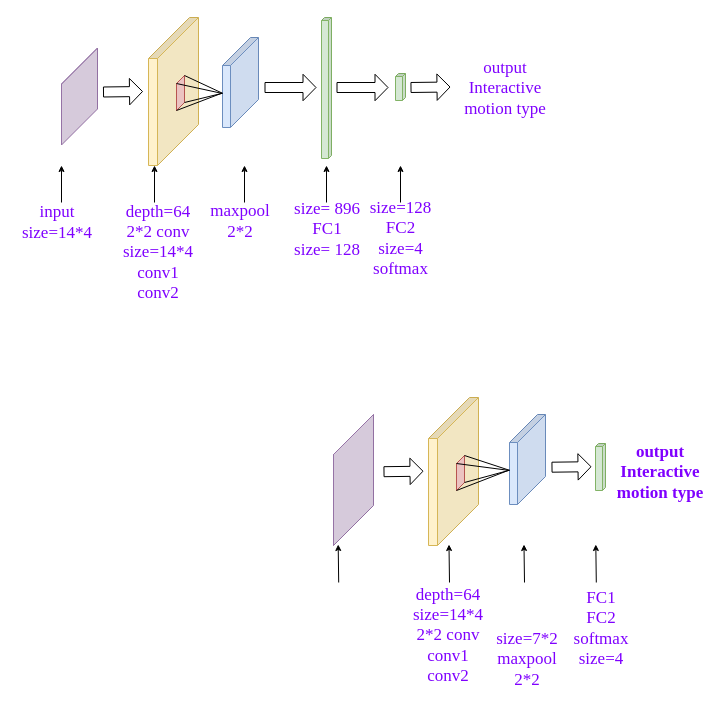
Above: Interactive.drawio in ByronGe/ff (draw.io), before the change. Source tidied: cells renumbered, new cells numbered last; positions are measured from the earlier drawing's top-left corner, leaving out a move shared by most shapes. Both pictures are drawn from the tidied source at 100%, with x=0, y=0 at pixel (17, 17).
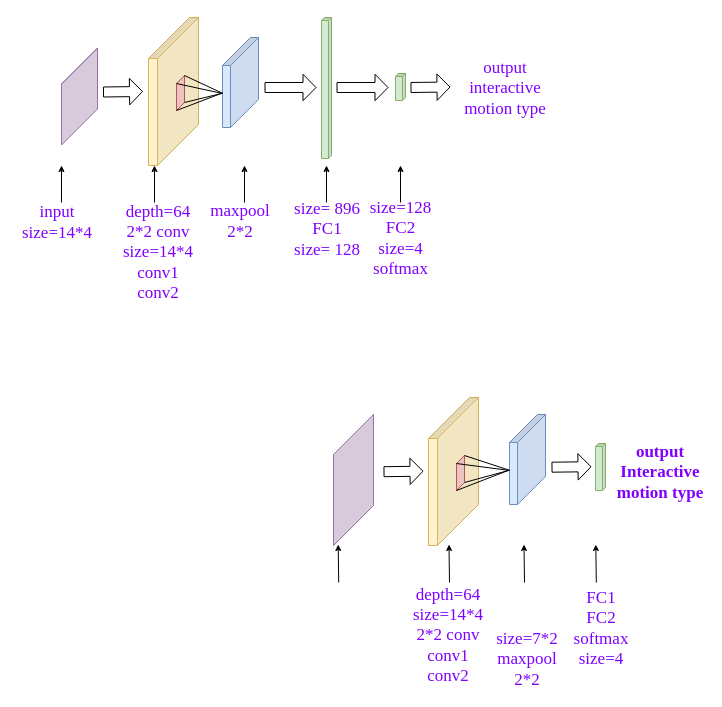
After the change.

Diff of the diagram source:
```diff
@@
-    <mxCell id="42" value="&lt;font color=&quot;#7f00ff&quot; face=&quot;Times New Roman&quot; style=&quot;font-size: 17px;&quot;&gt;&lt;span style=&quot;font-size: 17px;&quot;&gt;output&lt;br style=&quot;font-size: 17px;&quot;&gt;Interactive motion type&lt;/span&gt;&lt;/font&gt;&lt;br style=&quot;font-size: 17px;&quot;&gt;" style="text;html=1;strokeColor=none;fillColor=none;align=center;verticalAlign=middle;whiteSpace=wrap;rounded=0;fontSize=17;fontStyle=0;" parent="1" vertex="1">
+    <mxCell id="42" value="&lt;font color=&quot;#7f00ff&quot; face=&quot;Times New Roman&quot; style=&quot;font-size: 17px&quot;&gt;&lt;span style=&quot;font-size: 17px&quot;&gt;output&lt;br style=&quot;font-size: 17px&quot;&gt;interactive motion type&lt;/span&gt;&lt;/font&gt;" style="text;html=1;strokeColor=none;fillColor=none;align=center;verticalAlign=middle;whiteSpace=wrap;rounded=0;fontSize=17;fontStyle=0;" parent="1" vertex="1">
       <mxGeometry x="443" y="22" width="90" height="97" as="geometry" />
     </mxCell>
```
